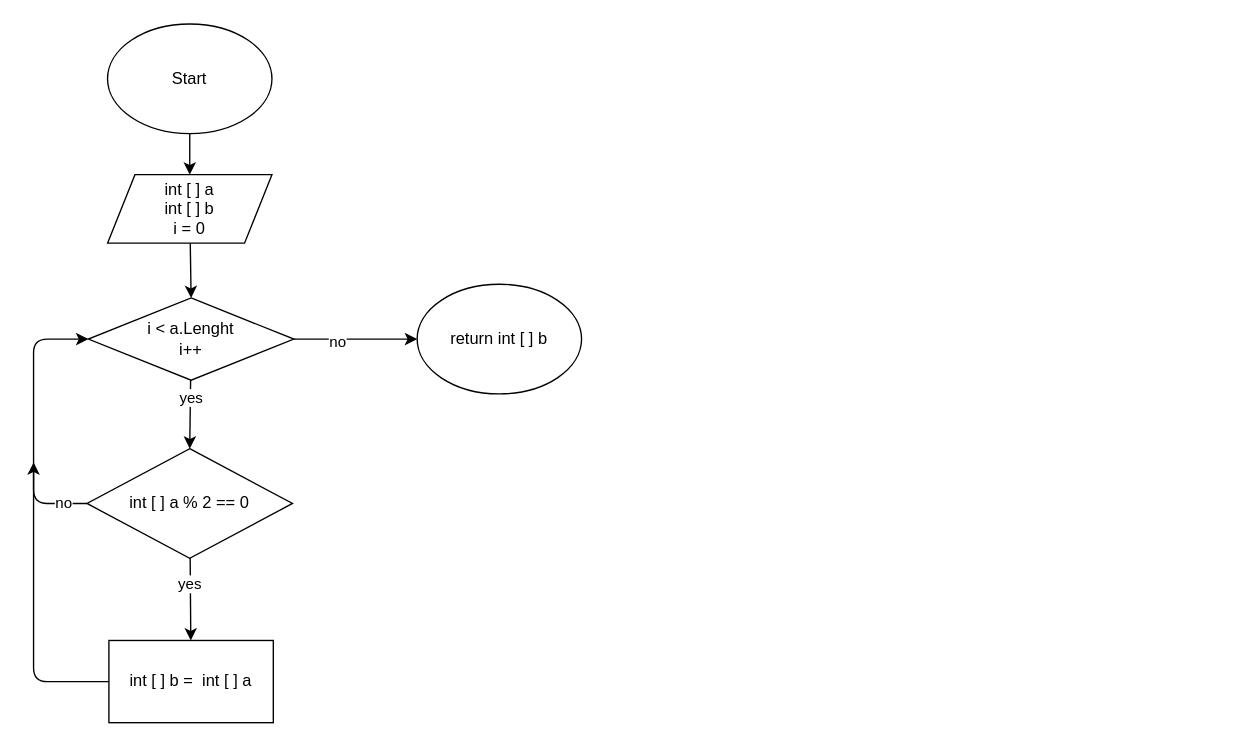
Above: MethodEvenNumbers.drawio in BuldakovaOksana/FinalVerificationWork (draw.io), before the change. Source tidied: cells renumbered, new cells numbered last; positions are measured from the earlier drawing's top-left corner, leaving out a move shared by most shapes. Both pictures are drawn from the tidied source at 137%, with x=0, y=0 at pixel (33, 23).
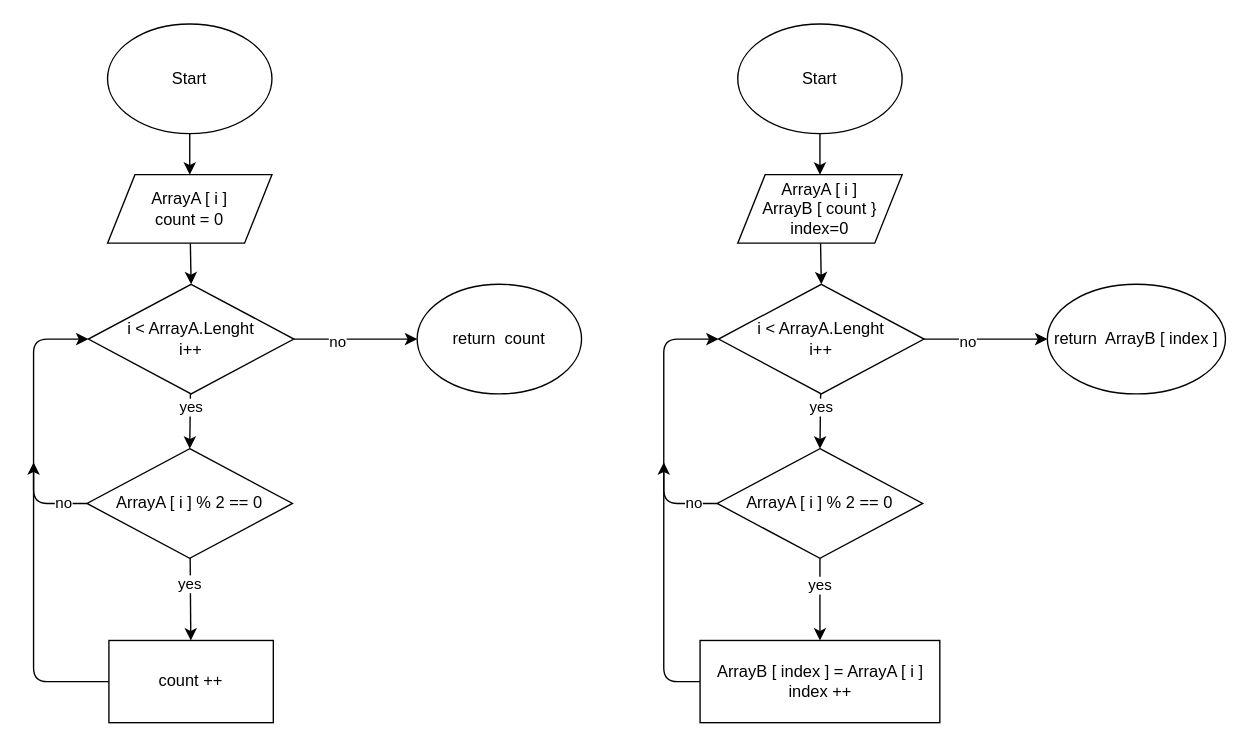
Above is the later version.

Commit message:
corrections block diagram

Change to the diagram source:
```diff
@@
-    <mxCell id="5" value="int [ ] a&lt;br&gt;int [ ] b&lt;br&gt;i = 0" style="shape=parallelogram;perimeter=parallelogramPerimeter;whiteSpace=wrap;html=1;fixedSize=1;" parent="1" vertex="1">
+    <mxCell id="5" value="ArrayA [ i ]&lt;br&gt;count = 0" style="shape=parallelogram;perimeter=parallelogramPerimeter;whiteSpace=wrap;html=1;fixedSize=1;" parent="1" vertex="1">
       <mxGeometry x="54" y="110" width="120" height="50" as="geometry" />
     </mxCell>
@@
-    <mxCell id="10" value="i &amp;lt; a.Lenght&lt;br&gt;i++" style="rhombus;whiteSpace=wrap;html=1;" parent="1" vertex="1">
-      <mxGeometry x="40" y="200" width="150" height="60" as="geometry" />
+    <mxCell id="10" value="i &amp;lt; ArrayA.Lenght&lt;br&gt;i++" style="rhombus;whiteSpace=wrap;html=1;" parent="1" vertex="1">
+      <mxGeometry x="40" y="190" width="150" height="80" as="geometry" />
     </mxCell>
@@
-    <mxCell id="15" value="int [ ] a % 2 == 0" style="rhombus;whiteSpace=wrap;html=1;" parent="1" vertex="1">
+    <mxCell id="15" value="ArrayA [ i ] % 2 == 0" style="rhombus;whiteSpace=wrap;html=1;" parent="1" vertex="1">
       <mxGeometry x="39" y="310" width="150" height="80" as="geometry" />
     </mxCell>
@@
-    <mxCell id="17" value="int [ ] b =&amp;nbsp; int [ ] a" style="rounded=0;whiteSpace=wrap;html=1;" parent="1" vertex="1">
+    <mxCell id="17" value="count ++" style="rounded=0;whiteSpace=wrap;html=1;" parent="1" vertex="1">
       <mxGeometry x="55" y="450" width="120" height="60" as="geometry" />
     </mxCell>
-    <mxCell id="18" value="return int [ ] b" style="ellipse;whiteSpace=wrap;html=1;" parent="1" vertex="1">
+    <mxCell id="18" value="return&amp;nbsp; count" style="ellipse;whiteSpace=wrap;html=1;" parent="1" vertex="1">
       <mxGeometry x="280" y="190" width="120" height="80" as="geometry" />
     </mxCell>
+    <mxCell id="19" style="edgeStyle=none;html=1;entryX=0.5;entryY=0;entryDx=0;entryDy=0;" parent="1" edge="1" source="20" target="22">
+      <mxGeometry relative="1" as="geometry" />
+    </mxCell>
+    <mxCell id="20" value="Start" style="ellipse;whiteSpace=wrap;html=1;" parent="1" vertex="1">
+      <mxGeometry x="514" width="120" height="80" as="geometry" />
+    </mxCell>
+    <mxCell id="21" style="edgeStyle=none;html=1;entryX=0.5;entryY=0;entryDx=0;entryDy=0;" parent="1" edge="1" source="22" target="27">
+      <mxGeometry relative="1" as="geometry" />
+    </mxCell>
+    <mxCell id="22" value="ArrayA [ i ]&lt;br&gt;ArrayB [ count }&lt;br&gt;index=0" style="shape=parallelogram;perimeter=parallelogramPerimeter;whiteSpace=wrap;html=1;fixedSize=1;" parent="1" vertex="1">
+      <mxGeometry x="514" y="110" width="120" height="50" as="geometry" />
+    </mxCell>
+    <mxCell id="23" style="edgeStyle=none;html=1;entryX=0.5;entryY=0;entryDx=0;entryDy=0;" parent="1" edge="1" source="27" target="32">
+      <mxGeometry relative="1" as="geometry" />
+    </mxCell>
+    <mxCell id="24" value="yes" style="edgeLabel;html=1;align=center;verticalAlign=middle;" parent="23" vertex="1">
+      <mxGeometry x="-0.48" relative="1" as="geometry" />
+    </mxCell>
+    <mxCell id="25" style="edgeStyle=none;html=1;entryX=0;entryY=0.5;entryDx=0;entryDy=0;" parent="1" edge="1" source="27" target="35">
+      <mxGeometry relative="1" as="geometry" />
+    </mxCell>
+    <mxCell id="26" value="no" style="edgeLabel;html=1;align=center;verticalAlign=middle;" parent="25" vertex="1">
+      <mxGeometry x="-0.3" y="-1" relative="1" as="geometry" />
+    </mxCell>
+    <mxCell id="27" value="i &amp;lt; ArrayA.Lenght&lt;br&gt;i++" style="rhombus;whiteSpace=wrap;html=1;" parent="1" vertex="1">
+      <mxGeometry x="500" y="190" width="150" height="80" as="geometry" />
+    </mxCell>
+    <mxCell id="28" style="edgeStyle=none;html=1;" parent="1" edge="1" source="32" target="34">
+      <mxGeometry relative="1" as="geometry" />
+    </mxCell>
+    <mxCell id="29" value="yes" style="edgeLabel;html=1;align=center;verticalAlign=middle;" parent="28" vertex="1">
+      <mxGeometry x="-0.37" y="-1" relative="1" as="geometry" />
+    </mxCell>
+    <mxCell id="30" style="edgeStyle=none;html=1;entryX=0;entryY=0.5;entryDx=0;entryDy=0;" parent="1" edge="1" source="32" target="27">
+      <mxGeometry relative="1" as="geometry">
+        <Array as="points">
+          <mxPoint x="460" y="350" />
+          <mxPoint x="460" y="300" />
+          <mxPoint x="460" y="290" />
+          <mxPoint x="460" y="270" />
+          <mxPoint x="460" y="230" />
+        </Array>
+      </mxGeometry>
+    </mxCell>
+    <mxCell id="31" value="no" style="edgeLabel;html=1;align=center;verticalAlign=middle;" parent="30" vertex="1">
+      <mxGeometry x="-0.82" y="-1" relative="1" as="geometry" />
+    </mxCell>
+    <mxCell id="32" value="ArrayA [ i ] % 2 == 0" style="rhombus;whiteSpace=wrap;html=1;" parent="1" vertex="1">
+      <mxGeometry x="499" y="310" width="150" height="80" as="geometry" />
+    </mxCell>
+    <mxCell id="33" style="edgeStyle=none;html=1;" parent="1" edge="1" source="34">
+      <mxGeometry relative="1" as="geometry">
+        <mxPoint x="460" y="320" as="targetPoint" />
+        <Array as="points">
+          <mxPoint x="460" y="480" />
+        </Array>
+      </mxGeometry>
+    </mxCell>
+    <mxCell id="34" value="ArrayB [ index ] = ArrayA [ i ]&lt;br&gt;index ++" style="rounded=0;whiteSpace=wrap;html=1;" parent="1" vertex="1">
+      <mxGeometry x="486.5" y="450" width="175" height="60" as="geometry" />
+    </mxCell>
+    <mxCell id="35" value="return&amp;nbsp; ArrayB [ index ]" style="ellipse;whiteSpace=wrap;html=1;" parent="1" vertex="1">
+      <mxGeometry x="740" y="190" width="130" height="80" as="geometry" />
+    </mxCell>
```
